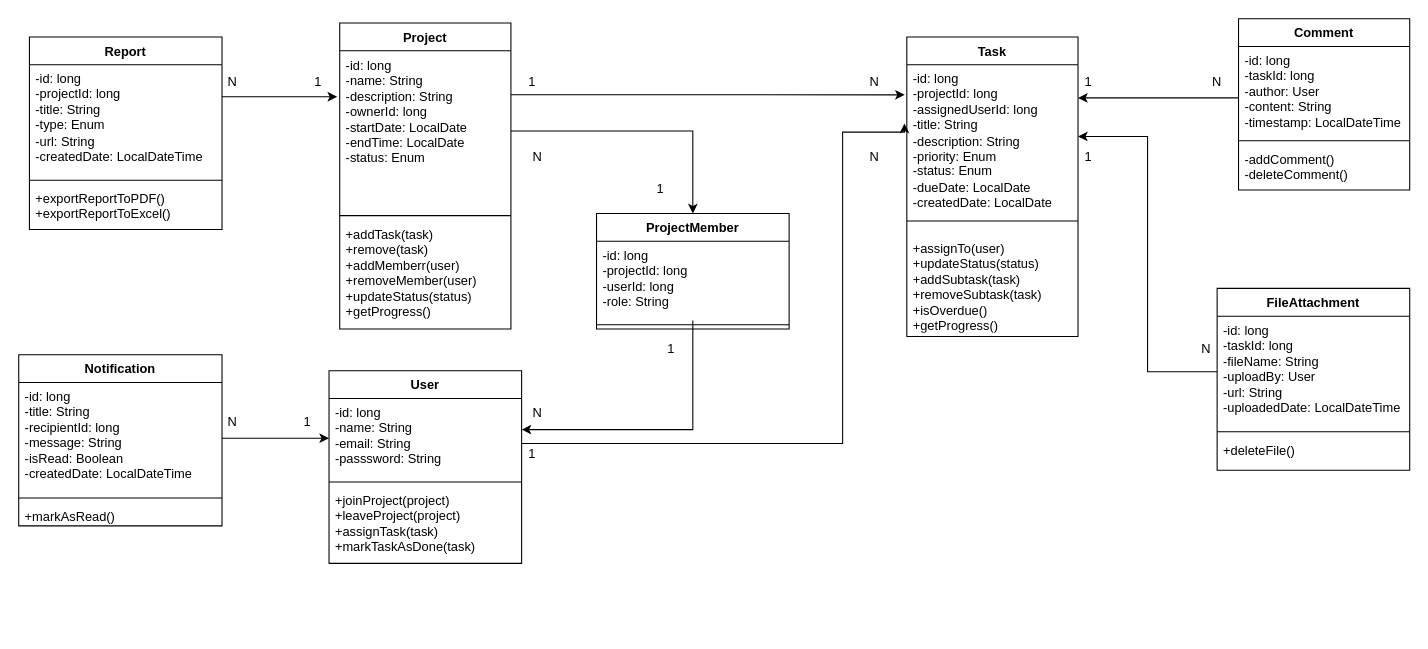
This is ClassDiagram.drawio from nguyen2f/UNIWork, a draw.io file, before an edit. Source tidied: cells renumbered, new cells numbered last; positions are measured from the earlier drawing's top-left corner, leaving out a move shared by most shapes. Both pictures are drawn from the tidied source at 107%, with x=0, y=0 at pixel (18, 18).
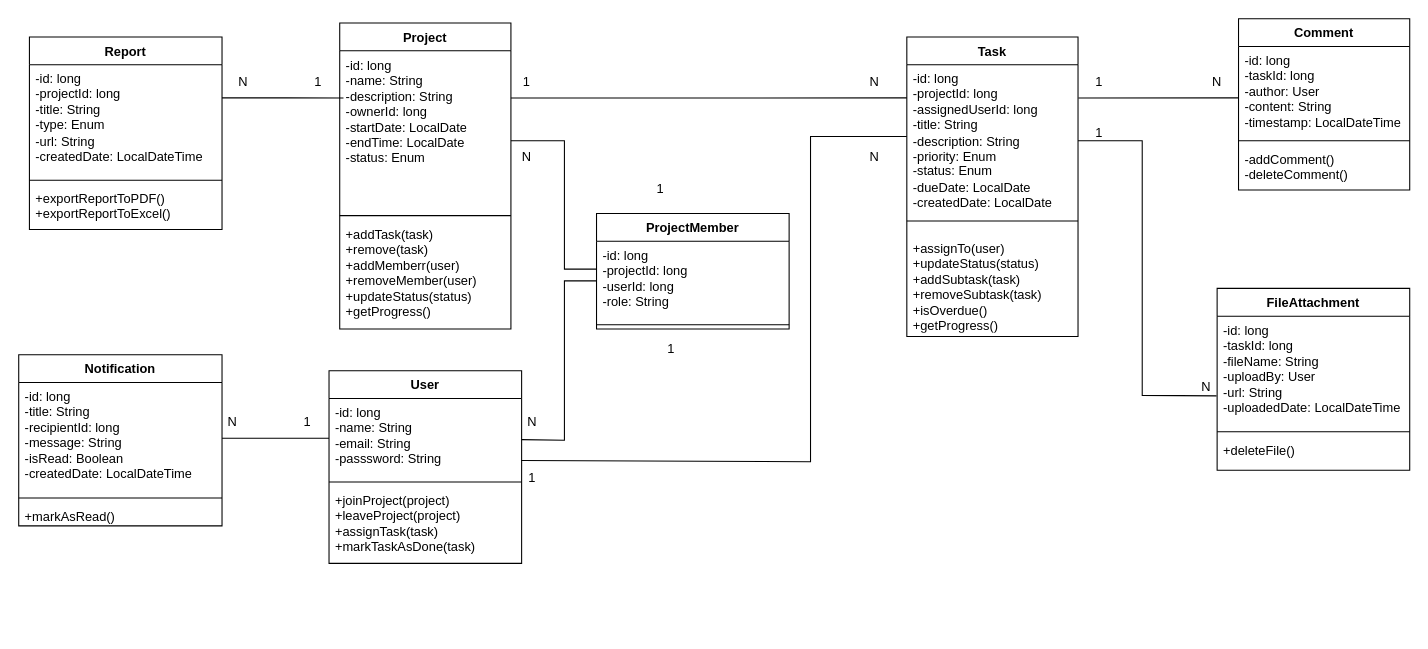
After the change.

Unchanged cells that the change refers to:
```xml
<mxCell id="3" value="-id: long&lt;div&gt;-name: String&lt;/div&gt;&lt;div&gt;-description: String&lt;/div&gt;&lt;div&gt;-ownerId: long&lt;/div&gt;&lt;div&gt;-startDate: LocalDate&lt;/div&gt;&lt;div&gt;-endTime: LocalDate&lt;/div&gt;&lt;div&gt;-status: Enum&lt;/div&gt;&lt;div&gt;&lt;br&gt;&lt;/div&gt;" style="text;strokeColor=none;fillColor=none;align=left;verticalAlign=top;spacingLeft=4;spacingRight=4;overflow=hidden;points=[[0,0.5],[1,0.5]];portConstraint=eastwest;whiteSpace=wrap;html=1;" parent="2" vertex="1">
  <mxGeometry y="26" width="160" height="150" as="geometry" />
</mxCell>
<mxCell id="7" value="-id: long&lt;div&gt;-projectId: long&lt;/div&gt;&lt;div&gt;-assignedUserId: long&lt;br&gt;&lt;div&gt;-title: String&lt;/div&gt;&lt;div&gt;-description: String&lt;/div&gt;&lt;div&gt;&lt;span style=&quot;background-color: transparent; color: light-dark(rgb(0, 0, 0), rgb(255, 255, 255));&quot;&gt;-priority: Enum&lt;/span&gt;&lt;/div&gt;&lt;div&gt;-status: Enum&lt;/div&gt;&lt;div&gt;-dueDate:&amp;nbsp;&lt;span style=&quot;background-color: transparent; color: light-dark(rgb(0, 0, 0), rgb(255, 255, 255));&quot;&gt;LocalDate&lt;/span&gt;&lt;/div&gt;&lt;div&gt;-createdDate:&amp;nbsp;&lt;span style=&quot;background-color: transparent; color: light-dark(rgb(0, 0, 0), rgb(255, 255, 255));&quot;&gt;LocalDate&lt;/span&gt;&lt;/div&gt;&lt;div&gt;-updateDate:&amp;nbsp;&lt;span style=&quot;background-color: transparent; color: light-dark(rgb(0, 0, 0), rgb(255, 255, 255));&quot;&gt;LocalDate&lt;/span&gt;&lt;/div&gt;&lt;div&gt;&lt;br&gt;&lt;/div&gt;&lt;/div&gt;" style="text;strokeColor=none;fillColor=none;align=left;verticalAlign=top;spacingLeft=4;spacingRight=4;overflow=hidden;points=[[0,0.5],[1,0.5]];portConstraint=eastwest;whiteSpace=wrap;html=1;" parent="6" vertex="1">
  <mxGeometry y="26" width="160" height="134" as="geometry" />
</mxCell>
<mxCell id="11" value="User" style="swimlane;fontStyle=1;align=center;verticalAlign=top;horizontal=1;startSize=26;whiteSpace=wrap;html=1;" parent="1" vertex="1">
  <mxGeometry x="290" y="329" width="180" height="180" as="geometry" />
</mxCell>
<mxCell id="12" value="-id: long&lt;div&gt;&lt;span style=&quot;background-color: transparent; color: light-dark(rgb(0, 0, 0), rgb(255, 255, 255));&quot;&gt;-name: String&lt;/span&gt;&lt;div&gt;-email: String&lt;/div&gt;&lt;div&gt;-passsword: String&lt;/div&gt;&lt;/div&gt;" style="text;strokeColor=none;fillColor=none;align=left;verticalAlign=top;spacingLeft=4;spacingRight=4;overflow=hidden;points=[[0,0.5],[1,0.5]];portConstraint=eastwest;whiteSpace=wrap;html=1;" parent="11" vertex="1">
  <mxGeometry y="26" width="180" height="74" as="geometry" />
</mxCell>
<mxCell id="16" value="Comment" style="swimlane;fontStyle=1;align=center;verticalAlign=top;horizontal=1;startSize=26;whiteSpace=wrap;html=1;" parent="1" vertex="1">
  <mxGeometry x="1140" width="160" height="160" as="geometry" />
</mxCell>
<mxCell id="21" value="-id: long&lt;div&gt;-taskId: long&lt;br&gt;&lt;div&gt;&lt;span style=&quot;background-color: transparent; color: light-dark(rgb(0, 0, 0), rgb(255, 255, 255));&quot;&gt;-fileName: String&lt;/span&gt;&lt;/div&gt;&lt;div&gt;&lt;span style=&quot;background-color: transparent; color: light-dark(rgb(0, 0, 0), rgb(255, 255, 255));&quot;&gt;-uploadBy: User&lt;/span&gt;&lt;/div&gt;&lt;div&gt;-url: String&lt;/div&gt;&lt;div&gt;-uploadedDate:&amp;nbsp;&lt;span style=&quot;background-color: transparent; color: light-dark(rgb(0, 0, 0), rgb(255, 255, 255));&quot;&gt;LocalDateTime&lt;/span&gt;&lt;/div&gt;&lt;div&gt;&lt;br&gt;&lt;/div&gt;&lt;/div&gt;" style="text;strokeColor=none;fillColor=none;align=left;verticalAlign=top;spacingLeft=4;spacingRight=4;overflow=hidden;points=[[0,0.5],[1,0.5]];portConstraint=eastwest;whiteSpace=wrap;html=1;" parent="20" vertex="1">
  <mxGeometry y="26" width="180" height="104" as="geometry" />
</mxCell>
<mxCell id="26" value="-id: long&lt;br&gt;-title: String&lt;br&gt;&lt;div&gt;&lt;span style=&quot;background-color: transparent; color: light-dark(rgb(0, 0, 0), rgb(255, 255, 255));&quot;&gt;-recipientId: long&lt;/span&gt;&lt;/div&gt;&lt;div&gt;-message: String&lt;/div&gt;&lt;div&gt;-isRead: Boolean&lt;/div&gt;&lt;div&gt;-createdDate:&amp;nbsp;&lt;span style=&quot;background-color: transparent; color: light-dark(rgb(0, 0, 0), rgb(255, 255, 255));&quot;&gt;LocalDateTime&lt;/span&gt;&lt;/div&gt;&lt;div&gt;&lt;br&gt;&lt;/div&gt;" style="text;strokeColor=none;fillColor=none;align=left;verticalAlign=top;spacingLeft=4;spacingRight=4;overflow=hidden;points=[[0,0.5],[1,0.5]];portConstraint=eastwest;whiteSpace=wrap;html=1;" parent="25" vertex="1">
  <mxGeometry y="26" width="190" height="104" as="geometry" />
</mxCell>
<mxCell id="30" value="N" style="text;strokeColor=none;align=center;fillColor=none;html=1;verticalAlign=middle;whiteSpace=wrap;rounded=0;" parent="1" vertex="1">
  <mxGeometry x="770" y="44" width="60" height="30" as="geometry" />
</mxCell>
<mxCell id="42" value="ProjectMember" style="swimlane;fontStyle=1;align=center;verticalAlign=top;horizontal=1;startSize=26;whiteSpace=wrap;html=1;" parent="1" vertex="1">
  <mxGeometry x="540" y="182" width="180" height="108" as="geometry" />
</mxCell>
<mxCell id="43" value="-id: long&lt;div&gt;-projectId: long&lt;/div&gt;&lt;div&gt;-userId: long&lt;/div&gt;&lt;div&gt;-role: String&lt;/div&gt;" style="text;strokeColor=none;fillColor=none;align=left;verticalAlign=top;spacingLeft=4;spacingRight=4;overflow=hidden;points=[[0,0.5],[1,0.5]];portConstraint=eastwest;whiteSpace=wrap;html=1;" parent="42" vertex="1">
  <mxGeometry y="26" width="180" height="74" as="geometry" />
</mxCell>
<mxCell id="50" value="-id: long&lt;div&gt;-projectId: long&lt;br&gt;&lt;div&gt;&lt;span style=&quot;background-color: transparent; color: light-dark(rgb(0, 0, 0), rgb(255, 255, 255));&quot;&gt;-title: String&lt;/span&gt;&lt;/div&gt;&lt;div&gt;&lt;span style=&quot;background-color: transparent; color: light-dark(rgb(0, 0, 0), rgb(255, 255, 255));&quot;&gt;-type: Enum&lt;/span&gt;&lt;/div&gt;&lt;div&gt;-url: String&lt;/div&gt;&lt;div&gt;-createdDate:&amp;nbsp;&lt;span style=&quot;background-color: transparent; color: light-dark(rgb(0, 0, 0), rgb(255, 255, 255));&quot;&gt;LocalDateTime&lt;/span&gt;&lt;/div&gt;&lt;div&gt;&lt;br&gt;&lt;/div&gt;&lt;/div&gt;" style="text;strokeColor=none;fillColor=none;align=left;verticalAlign=top;spacingLeft=4;spacingRight=4;overflow=hidden;points=[[0,0.5],[1,0.5]];portConstraint=eastwest;whiteSpace=wrap;html=1;" parent="49" vertex="1">
  <mxGeometry y="26" width="180" height="104" as="geometry" />
</mxCell>
```

Change to the diagram source:
```diff
@@
-    <mxCell id="15" style="edgeStyle=orthogonalEdgeStyle;rounded=0;jettySize=auto;html=1;" parent="1" edge="1" source="16" target="7">
-      <mxGeometry relative="1" as="geometry">
-        <Array as="points">
-          <mxPoint x="1050" y="74" />
-          <mxPoint x="1050" y="74" />
-        </Array>
-      </mxGeometry>
-    </mxCell>
@@
-    <mxCell id="24" style="edgeStyle=orthogonalEdgeStyle;rounded=0;jettySize=auto;html=1;entryX=1;entryY=0.5;entryDx=0;entryDy=0;" parent="1" edge="1" source="21" target="7">
-      <mxGeometry relative="1" as="geometry" />
-    </mxCell>
@@
     <mxCell id="29" value="N" style="text;strokeColor=none;align=center;fillColor=none;html=1;verticalAlign=middle;whiteSpace=wrap;rounded=0;" parent="1" vertex="1">
-      <mxGeometry x="450" y="354" width="70" height="30" as="geometry" />
+      <mxGeometry x="445" y="362" width="70" height="30" as="geometry" />
     </mxCell>
@@
     <mxCell id="31" value="1" style="text;strokeColor=none;align=center;fillColor=none;html=1;verticalAlign=middle;whiteSpace=wrap;rounded=0;" parent="1" vertex="1">
-      <mxGeometry x="450" y="44" width="60" height="30" as="geometry" />
+      <mxGeometry x="445" y="44" width="60" height="30" as="geometry" />
     </mxCell>
     <mxCell id="32" value="1" style="text;strokeColor=none;align=center;fillColor=none;html=1;verticalAlign=middle;whiteSpace=wrap;rounded=0;" parent="1" vertex="1">
-      <mxGeometry x="450" y="392" width="60" height="30" as="geometry" />
+      <mxGeometry x="450" y="414" width="60" height="30" as="geometry" />
     </mxCell>
-    <mxCell id="33" style="edgeStyle=orthogonalEdgeStyle;rounded=0;jettySize=auto;html=1;entryX=-0.014;entryY=0.41;entryDx=0;entryDy=0;entryPerimeter=0;" parent="1" edge="1" source="12" target="7">
-      <mxGeometry relative="1" as="geometry">
-        <Array as="points">
-          <mxPoint x="770" y="397" />
-          <mxPoint x="770" y="106" />
-        </Array>
-      </mxGeometry>
-    </mxCell>
@@
     <mxCell id="36" value="1" style="text;strokeColor=none;align=center;fillColor=none;html=1;verticalAlign=middle;whiteSpace=wrap;rounded=0;" parent="1" vertex="1">
-      <mxGeometry x="970" y="114" width="60" height="30" as="geometry" />
+      <mxGeometry x="980" y="92" width="60" height="30" as="geometry" />
     </mxCell>
     <mxCell id="37" value="1" style="text;strokeColor=none;align=center;fillColor=none;html=1;verticalAlign=middle;whiteSpace=wrap;rounded=0;" parent="1" vertex="1">
-      <mxGeometry x="970" y="44" width="60" height="30" as="geometry" />
+      <mxGeometry x="980" y="44" width="60" height="30" as="geometry" />
     </mxCell>
     <mxCell id="38" value="N" style="text;strokeColor=none;align=center;fillColor=none;html=1;verticalAlign=middle;whiteSpace=wrap;rounded=0;" parent="1" vertex="1">
-      <mxGeometry x="170" y="44" width="60" height="30" as="geometry" />
+      <mxGeometry x="180" y="44" width="60" height="30" as="geometry" />
     </mxCell>
     <mxCell id="39" value="N" style="text;strokeColor=none;align=center;fillColor=none;html=1;verticalAlign=middle;whiteSpace=wrap;rounded=0;" parent="1" vertex="1">
-      <mxGeometry x="1080" y="294" width="60" height="30" as="geometry" />
+      <mxGeometry x="1080" y="329" width="60" height="30" as="geometry" />
     </mxCell>
     <mxCell id="40" value="N" style="text;strokeColor=none;align=center;fillColor=none;html=1;verticalAlign=middle;whiteSpace=wrap;rounded=0;" parent="1" vertex="1">
-      <mxGeometry x="455" y="114" width="60" height="30" as="geometry" />
+      <mxGeometry x="445" y="114" width="60" height="30" as="geometry" />
     </mxCell>
@@
-    <mxCell id="45" style="edgeStyle=orthogonalEdgeStyle;rounded=0;jettySize=auto;html=1;" parent="1" edge="1" source="3" target="42">
-      <mxGeometry relative="1" as="geometry" />
-    </mxCell>
-    <mxCell id="46" style="edgeStyle=orthogonalEdgeStyle;rounded=0;jettySize=auto;html=1;" parent="1" edge="1" source="43" target="11">
-      <mxGeometry relative="1" as="geometry">
-        <Array as="points">
-          <mxPoint x="630" y="384" />
-        </Array>
-      </mxGeometry>
-    </mxCell>
@@
-    <mxCell id="53" style="edgeStyle=orthogonalEdgeStyle;rounded=0;jettySize=auto;html=1;entryX=-0.015;entryY=0.286;entryDx=0;entryDy=0;entryPerimeter=0;" parent="1" edge="1" source="50" target="3">
-      <mxGeometry relative="1" as="geometry">
-        <Array as="points">
-          <mxPoint x="220" y="73" />
-          <mxPoint x="220" y="73" />
-        </Array>
-      </mxGeometry>
-    </mxCell>
@@
+    <mxCell id="56" value="N" style="text;strokeColor=none;align=center;fillColor=none;html=1;verticalAlign=middle;whiteSpace=wrap;rounded=0;" parent="1" vertex="1">
+      <mxGeometry x="1090" y="44" width="60" height="30" as="geometry" />
+    </mxCell>
-    <mxCell id="55" style="edgeStyle=orthogonalEdgeStyle;rounded=0;jettySize=auto;html=1;" parent="1" edge="1" source="26" target="12">
+    <mxCell id="55" style="endArrow=none;html=1;rounded=0;" parent="1" edge="1" source="26" target="12">
       <mxGeometry relative="1" as="geometry" />
     </mxCell>
-    <mxCell id="56" value="N" style="text;strokeColor=none;align=center;fillColor=none;html=1;verticalAlign=middle;whiteSpace=wrap;rounded=0;" parent="1" vertex="1">
-      <mxGeometry x="1090" y="44" width="60" height="30" as="geometry" />
-    </mxCell>
-    <mxCell id="57" style="edgeStyle=orthogonalEdgeStyle;rounded=0;jettySize=auto;html=1;entryX=-0.012;entryY=0.21;entryDx=0;entryDy=0;entryPerimeter=0;" parent="1" edge="1" source="3" target="7">
-      <mxGeometry relative="1" as="geometry">
-        <Array as="points">
-          <mxPoint x="540" y="71" />
-          <mxPoint x="540" y="71" />
-        </Array>
-      </mxGeometry>
-    </mxCell>
+    <mxCell id="58" style="endArrow=none;html=1;rounded=0;entryX=0.022;entryY=0.294;entryDx=0;entryDy=0;entryPerimeter=0;" parent="1" edge="1" target="3">
+      <mxGeometry relative="1" as="geometry">
+        <mxPoint x="190" y="74" as="sourcePoint" />
+        <Array as="points">
+          <mxPoint x="250" y="74" />
+        </Array>
+      </mxGeometry>
+    </mxCell>
+    <mxCell id="59" style="endArrow=none;html=1;rounded=0;entryX=1;entryY=1;entryDx=0;entryDy=0;exitX=1;exitY=0.294;exitDx=0;exitDy=0;exitPerimeter=0;" parent="1" edge="1" source="3" target="30">
+      <mxGeometry relative="1" as="geometry" />
+    </mxCell>
+    <mxCell id="60" style="endArrow=none;html=1;rounded=0;" parent="1" edge="1">
+      <mxGeometry relative="1" as="geometry">
+        <mxPoint x="460" y="114" as="sourcePoint" />
+        <mxPoint x="540" y="234" as="targetPoint" />
+        <Array as="points">
+          <mxPoint x="510" y="114" />
+          <mxPoint x="510" y="234" />
+        </Array>
+      </mxGeometry>
+    </mxCell>
+    <mxCell id="61" style="endArrow=none;html=1;rounded=0;entryX=0;entryY=0.5;entryDx=0;entryDy=0;" parent="1" edge="1" source="12" target="43">
+      <mxGeometry relative="1" as="geometry">
+        <Array as="points">
+          <mxPoint x="510" y="394" />
+          <mxPoint x="510" y="245" />
+        </Array>
+      </mxGeometry>
+    </mxCell>
+    <mxCell id="33" style="endArrow=none;html=1;rounded=0;exitX=0.998;exitY=0.781;exitDx=0;exitDy=0;exitPerimeter=0;" parent="1" edge="1" source="12" target="7">
+      <mxGeometry relative="1" as="geometry">
+        <Array as="points">
+          <mxPoint x="740" y="414" />
+          <mxPoint x="740" y="110" />
+        </Array>
+      </mxGeometry>
+    </mxCell>
+    <mxCell id="62" style="endArrow=none;html=1;rounded=0;exitX=1.002;exitY=0.232;exitDx=0;exitDy=0;exitPerimeter=0;" parent="1" edge="1" source="7">
+      <mxGeometry relative="1" as="geometry">
+        <mxPoint x="1140" y="74" as="targetPoint" />
+      </mxGeometry>
+    </mxCell>
+    <mxCell id="63" style="endArrow=none;html=1;rounded=0;entryX=-0.003;entryY=0.716;entryDx=0;entryDy=0;entryPerimeter=0;" parent="1" edge="1" target="21">
+      <mxGeometry relative="1" as="geometry">
+        <mxPoint x="990" y="114" as="sourcePoint" />
+        <Array as="points">
+          <mxPoint x="1050" y="114" />
+          <mxPoint x="1050" y="352" />
+        </Array>
+      </mxGeometry>
+    </mxCell>
```
